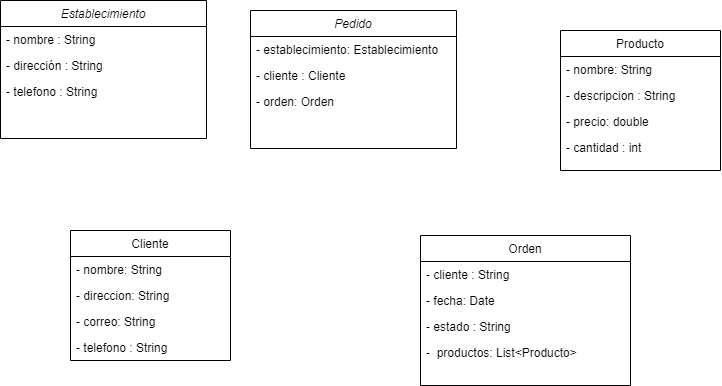
Earlier version of the draw.io export Diagrama sin título.drawio.png (Tumbaditoboy/pollitopio). Source tidied: cells renumbered, new cells last; positions are measured from the earlier drawing's top-left corner, leaving out a move shared by most shapes.
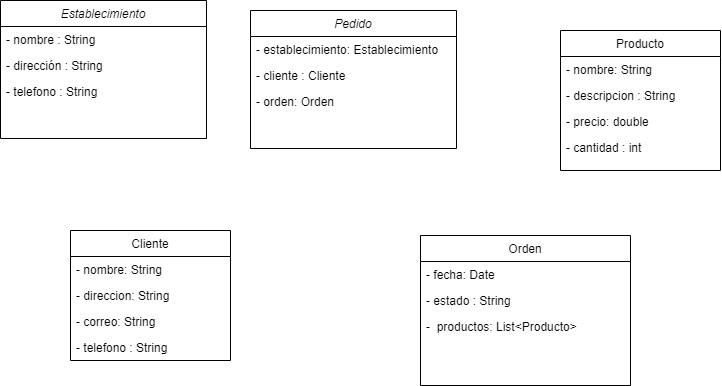
Above is the later version.

Change to the diagram source:
```diff
@@ -32,17 +32,14 @@
     <mxCell id="11" value="Orden" style="swimlane;fontStyle=0;align=center;verticalAlign=top;horizontal=1;startSize=26;rounded=0;shadow=0;strokeWidth=1;" parent="1" vertex="1">
       <mxGeometry x="420" y="235" width="210" height="150" as="geometry" />
     </mxCell>
-    <mxCell id="12" value="- cliente : String" style="text;align=left;verticalAlign=top;spacingLeft=4;spacingRight=4;overflow=hidden;" parent="11" vertex="1">
-      <mxGeometry y="26" width="210" height="26" as="geometry" />
-    </mxCell>
     <mxCell id="13" value="- fecha: Date " style="text;align=left;verticalAlign=top;spacingLeft=4;spacingRight=4;overflow=hidden;" parent="11" vertex="1">
-      <mxGeometry y="52" width="210" height="26" as="geometry" />
+      <mxGeometry y="26" width="210" height="26" as="geometry" />
     </mxCell>
     <mxCell id="14" value="- estado : String " style="text;align=left;verticalAlign=top;spacingLeft=4;spacingRight=4;overflow=hidden;" parent="11" vertex="1">
-      <mxGeometry y="78" width="210" height="26" as="geometry" />
+      <mxGeometry y="52" width="210" height="26" as="geometry" />
     </mxCell>
     <mxCell id="15" value="-  productos: List&lt;Producto&gt;" style="text;align=left;verticalAlign=top;spacingLeft=4;spacingRight=4;overflow=hidden;" parent="11" vertex="1">
-      <mxGeometry y="104" width="210" height="26" as="geometry" />
+      <mxGeometry y="78" width="210" height="26" as="geometry" />
     </mxCell>
     <mxCell id="16" value="Producto" style="swimlane;fontStyle=0;align=center;verticalAlign=top;horizontal=1;startSize=26;rounded=0;shadow=0;strokeWidth=1;" parent="1" vertex="1">
       <mxGeometry x="560" y="30" width="160" height="140" as="geometry" />
```
